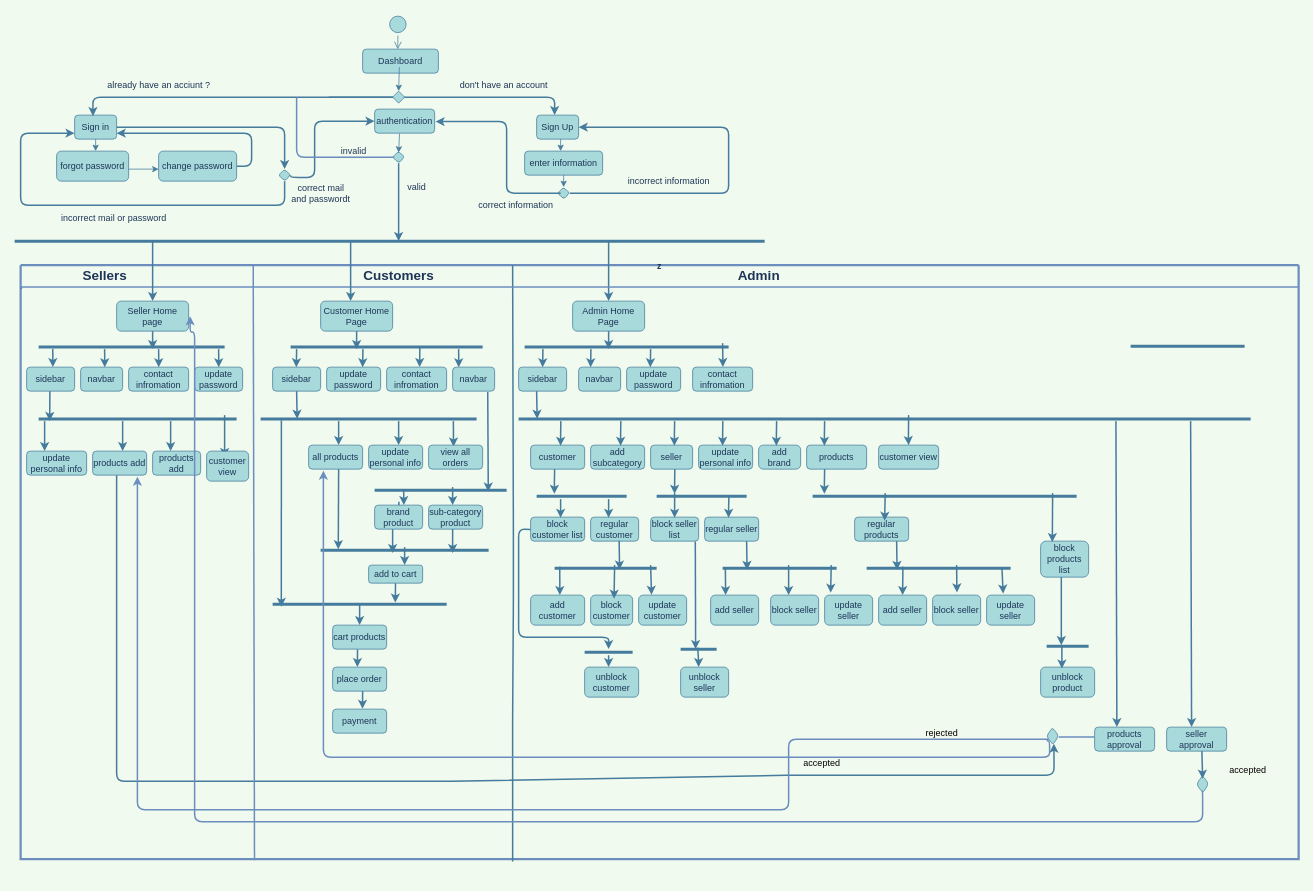
Before: Untitled Diagram.drawio in Nasrinjaha/Click-Collect, a draw.io diagram. Source tidied: cells renumbered, new cells numbered last; positions are measured from the earlier drawing's top-left corner, leaving out a move shared by most shapes. Both pictures are drawn from the tidied source at 75%, with x=0, y=0 at pixel (14, 13).
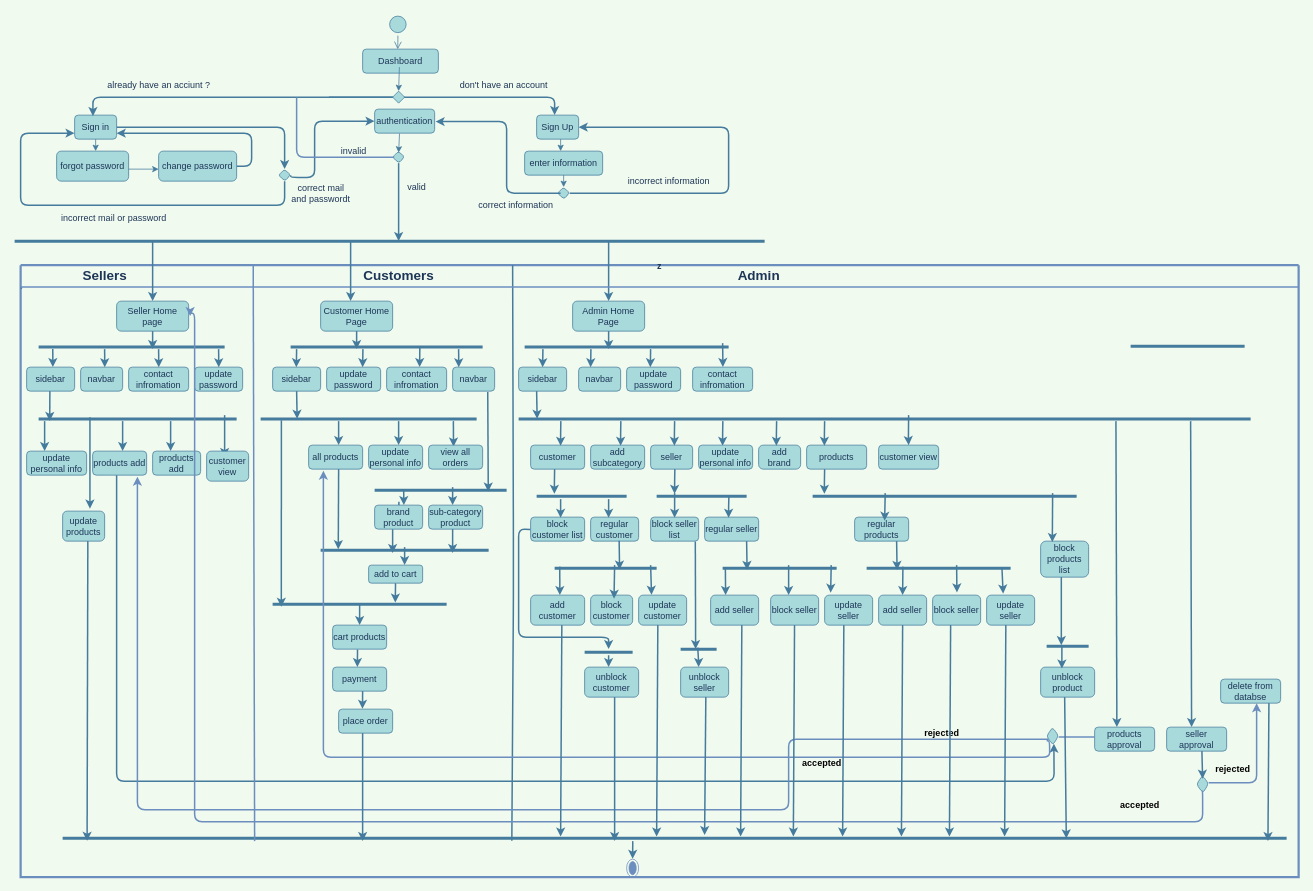
Above is the later version.

The change refers to these unchanged cells:
```xml
<mxCell id="45" style="line;strokeWidth=4;html=1;shadow=0;glass=0;labelBackgroundColor=none;labelBorderColor=none;fontFamily=Times New Roman;fontSize=18;fillColor=#A8DADC;strokeColor=#457B9D;fontColor=#1D3557;rounded=1;" parent="29" vertex="1">
  <mxGeometry x="24" y="200" width="264" height="10" as="geometry" />
</mxCell>
<mxCell id="143" value="block seller" style="whiteSpace=wrap;html=1;fillColor=#A8DADC;strokeColor=#457B9D;fontColor=#1D3557;rounded=1;" parent="29" vertex="1">
  <mxGeometry x="1000" y="440" width="64" height="40" as="geometry" />
</mxCell>
<mxCell id="151" value="unblock product" style="whiteSpace=wrap;html=1;fillColor=#A8DADC;strokeColor=#457B9D;fontColor=#1D3557;rounded=1;" parent="29" vertex="1">
  <mxGeometry x="1360" y="536" width="72" height="40" as="geometry" />
</mxCell>
<mxCell id="175" style="rhombus;whiteSpace=wrap;html=1;fillColor=#A8DADC;strokeColor=#457B9D;fontColor=#1D3557;rounded=1;arcSize=50;" parent="29" vertex="1">
  <mxGeometry x="1368" y="616" width="16" height="24" as="geometry" />
</mxCell>
<mxCell id="181" style="rhombus;whiteSpace=wrap;html=1;fillColor=#A8DADC;strokeColor=#457B9D;fontColor=#1D3557;rounded=1;arcSize=50;" parent="29" vertex="1">
  <mxGeometry x="1568" y="680" width="16" height="24" as="geometry" />
</mxCell>
```

What changed in the source:
```diff
@@
     <mxCell id="29" value="z" style="swimlane;startSize=0;strokeWidth=3;fillColor=#A8DADC;strokeColor=#6C8EBF;fontColor=#1D3557;rounded=1;" parent="1" vertex="1">
-      <mxGeometry x="8" y="336" width="1704" height="792" as="geometry" />
+      <mxGeometry x="8" y="336" width="1704" height="816" as="geometry" />
     </mxCell>
@@
-    <mxCell id="34" style="endArrow=none;html=1;strokeWidth=2;fontSize=19;labelBackgroundColor=#F1FAEE;strokeColor=#457B9D;fontColor=#1D3557;rounded=1;entryX=0.385;entryY=1.004;entryDx=0;entryDy=0;entryPerimeter=0;" parent="29" edge="1" target="29">
+    <mxCell id="34" style="endArrow=none;html=1;strokeWidth=2;fontSize=19;labelBackgroundColor=#F1FAEE;strokeColor=#457B9D;fontColor=#1D3557;rounded=1;entryX=0.367;entryY=0.95;entryDx=0;entryDy=0;entryPerimeter=0;" parent="29" edge="1" target="218">
       <mxGeometry relative="1" as="geometry">
         <mxPoint x="656" as="sourcePoint" />
         <Array as="points">
           <mxPoint x="657" y="348.4" />
           <mxPoint x="657" y="452.4" />
           <mxPoint x="656" y="604.4" />
         </Array>
       </mxGeometry>
     </mxCell>
@@
     <mxCell id="100" value="place order" style="whiteSpace=wrap;html=1;fillColor=#A8DADC;strokeColor=#457B9D;fontColor=#1D3557;rounded=1;" parent="29" vertex="1">
-      <mxGeometry x="416" y="536" width="72" height="32" as="geometry" />
+      <mxGeometry x="424" y="592" width="72" height="32" as="geometry" />
     </mxCell>
@@
     <mxCell id="102" value="payment" style="whiteSpace=wrap;html=1;fillColor=#A8DADC;strokeColor=#457B9D;fontColor=#1D3557;rounded=1;" parent="29" vertex="1">
-      <mxGeometry x="416" y="592" width="72" height="32" as="geometry" />
+      <mxGeometry x="416" y="536" width="72" height="32" as="geometry" />
     </mxCell>
@@
     <mxCell id="105" style="edgeStyle=none;jettySize=auto;html=1;strokeWidth=2;fontSize=19;labelBackgroundColor=#F1FAEE;strokeColor=#457B9D;fontColor=#1D3557;rounded=1;entryX=0.604;entryY=0.917;entryDx=0;entryDy=0;entryPerimeter=0;" parent="29" edge="1" target="175">
       <mxGeometry relative="1" as="geometry">
         <mxPoint x="128" y="280" as="sourcePoint" />
         <Array as="points">
           <mxPoint x="128" y="688" />
           <mxPoint x="584" y="688" />
-          <mxPoint x="1032" y="680" />
-          <mxPoint x="1378" y="680" />
+          <mxPoint x="1040" y="688" />
+          <mxPoint x="1378" y="688" />
         </Array>
       </mxGeometry>
     </mxCell>
@@
     <mxCell id="182" style="edgeStyle=segmentEdgeStyle;endArrow=classic;html=1;rounded=1;strokeColor=#6C8EBF;strokeWidth=2;exitX=0.437;exitY=0.889;exitDx=0;exitDy=0;exitPerimeter=0;" parent="29" edge="1" source="181">
       <mxGeometry relative="1" as="geometry">
         <mxPoint x="226" y="68" as="targetPoint" />
         <Array as="points">
           <mxPoint x="1576" y="701" />
           <mxPoint x="1576" y="742" />
           <mxPoint x="232" y="742" />
-          <mxPoint x="232" y="89" />
-          <mxPoint x="226" y="89" />
+          <mxPoint x="232" y="64" />
+          <mxPoint x="226" y="64" />
         </Array>
       </mxGeometry>
     </mxCell>
-    <mxCell id="183" value="accepted" style="text;html=1;align=center;verticalAlign=middle;strokeColor=none;fillColor=none;" parent="29" vertex="1">
+    <mxCell id="183" value="&lt;b&gt;accepted&lt;/b&gt;" style="text;html=1;align=center;verticalAlign=middle;strokeColor=none;fillColor=none;" parent="29" vertex="1">
       <mxGeometry x="1032" y="648" width="72" height="32" as="geometry" />
     </mxCell>
-    <mxCell id="184" value="rejected" style="text;html=1;align=center;verticalAlign=middle;strokeColor=none;fillColor=none;" parent="29" vertex="1">
+    <mxCell id="184" value="&lt;b&gt;rejected&lt;/b&gt;" style="text;html=1;align=center;verticalAlign=middle;strokeColor=none;fillColor=none;" parent="29" vertex="1">
       <mxGeometry x="1196" y="608" width="64" height="32" as="geometry" />
     </mxCell>
+    <mxCell id="212" style="edgeStyle=none;jettySize=auto;html=1;strokeWidth=2;fontSize=19;labelBackgroundColor=#F1FAEE;strokeColor=#457B9D;fontColor=#1D3557;rounded=1;entryX=0.65;entryY=-0.083;entryDx=0;entryDy=0;entryPerimeter=0;exitX=0.259;exitY=0.28;exitDx=0;exitDy=0;exitPerimeter=0;" parent="29" edge="1" source="45" target="213">
+      <mxGeometry relative="1" as="geometry" />
+    </mxCell>
+    <mxCell id="213" value="update products" style="whiteSpace=wrap;html=1;fillColor=#A8DADC;strokeColor=#457B9D;fontColor=#1D3557;rounded=1;" parent="29" vertex="1">
+      <mxGeometry x="56" y="328" width="56" height="40" as="geometry" />
+    </mxCell>
+    <mxCell id="211" value="&lt;b&gt;accepted&lt;/b&gt;" style="text;html=1;align=center;verticalAlign=middle;strokeColor=none;fillColor=none;" parent="29" vertex="1">
+      <mxGeometry x="1456" y="704" width="72" height="32" as="geometry" />
+    </mxCell>
+    <mxCell id="214" value="delete from databse" style="whiteSpace=wrap;html=1;fillColor=#A8DADC;strokeColor=#457B9D;fontColor=#1D3557;rounded=1;" parent="29" vertex="1">
+      <mxGeometry x="1600" y="552" width="80" height="32" as="geometry" />
+    </mxCell>
+    <mxCell id="215" value="&lt;b&gt;rejected&lt;/b&gt;" style="text;html=1;align=center;verticalAlign=middle;strokeColor=none;fillColor=none;" parent="29" vertex="1">
+      <mxGeometry x="1584" y="656" width="64" height="32" as="geometry" />
+    </mxCell>
+    <mxCell id="216" style="endArrow=classic;html=1;rounded=1;strokeColor=#6C8EBF;strokeWidth=2;" parent="29" edge="1">
+      <mxGeometry relative="1" as="geometry">
+        <mxPoint x="1584" y="690" as="sourcePoint" />
+        <mxPoint x="1648" y="584" as="targetPoint" />
+        <Array as="points">
+          <mxPoint x="1648" y="690" />
+        </Array>
+      </mxGeometry>
+    </mxCell>
+    <mxCell id="217" style="edgeStyle=none;orthogonalLoop=1;jettySize=auto;html=1;strokeWidth=2;fontSize=19;labelBackgroundColor=#F1FAEE;strokeColor=#457B9D;fontColor=#1D3557;rounded=1;exitX=0.252;exitY=0.25;exitDx=0;exitDy=0;exitPerimeter=0;" parent="29" edge="1">
+      <mxGeometry relative="1" as="geometry">
+        <mxPoint x="1664.4" y="584" as="sourcePoint" />
+        <mxPoint x="1663.1" y="768" as="targetPoint" />
+      </mxGeometry>
+    </mxCell>
+    <mxCell id="218" style="line;strokeWidth=4;html=1;shadow=0;glass=0;labelBackgroundColor=none;labelBorderColor=none;fontFamily=Times New Roman;fontSize=18;fillColor=#A8DADC;strokeColor=#457B9D;fontColor=#1D3557;rounded=1;" parent="29" vertex="1">
+      <mxGeometry x="56" y="760" width="1632" height="8" as="geometry" />
+    </mxCell>
+    <mxCell id="219" style="edgeStyle=none;jettySize=auto;html=1;strokeWidth=2;fontSize=19;labelBackgroundColor=#F1FAEE;strokeColor=#457B9D;fontColor=#1D3557;rounded=1;entryX=0.82;entryY=0.55;entryDx=0;entryDy=0;entryPerimeter=0;exitX=0.445;exitY=1;exitDx=0;exitDy=0;exitPerimeter=0;" parent="29" edge="1" source="151" target="218">
+      <mxGeometry relative="1" as="geometry" />
+    </mxCell>
+    <mxCell id="220" style="edgeStyle=none;jettySize=auto;html=1;strokeWidth=2;fontSize=19;labelBackgroundColor=#F1FAEE;strokeColor=#457B9D;fontColor=#1D3557;rounded=1;entryX=0.597;entryY=0.25;entryDx=0;entryDy=0;entryPerimeter=0;" parent="29" edge="1" source="143" target="218">
+      <mxGeometry relative="1" as="geometry" />
+    </mxCell>
+    <mxCell id="221" style="edgeStyle=none;orthogonalLoop=1;jettySize=auto;html=1;strokeWidth=2;fontSize=19;labelBackgroundColor=#F1FAEE;strokeColor=#457B9D;fontColor=#1D3557;rounded=1;entryX=0.597;entryY=0.25;entryDx=0;entryDy=0;entryPerimeter=0;" parent="29" edge="1">
+      <mxGeometry relative="1" as="geometry">
+        <mxPoint x="1097.6" y="480" as="sourcePoint" />
+        <mxPoint x="1096" y="762" as="targetPoint" />
+      </mxGeometry>
+    </mxCell>
+    <mxCell id="222" style="edgeStyle=none;orthogonalLoop=1;jettySize=auto;html=1;strokeWidth=2;fontSize=19;labelBackgroundColor=#F1FAEE;strokeColor=#457B9D;fontColor=#1D3557;rounded=1;entryX=0.597;entryY=0.25;entryDx=0;entryDy=0;entryPerimeter=0;" parent="29" edge="1">
+      <mxGeometry relative="1" as="geometry">
+        <mxPoint x="1176" y="480" as="sourcePoint" />
+        <mxPoint x="1174.4" y="762" as="targetPoint" />
+      </mxGeometry>
+    </mxCell>
+    <mxCell id="223" style="edgeStyle=none;orthogonalLoop=1;jettySize=auto;html=1;strokeWidth=2;fontSize=19;labelBackgroundColor=#F1FAEE;strokeColor=#457B9D;fontColor=#1D3557;rounded=1;entryX=0.597;entryY=0.25;entryDx=0;entryDy=0;entryPerimeter=0;" parent="29" edge="1">
+      <mxGeometry relative="1" as="geometry">
+        <mxPoint x="1240" y="480" as="sourcePoint" />
+        <mxPoint x="1238.4" y="762" as="targetPoint" />
+      </mxGeometry>
+    </mxCell>
+    <mxCell id="224" style="edgeStyle=none;orthogonalLoop=1;jettySize=auto;html=1;strokeWidth=2;fontSize=19;labelBackgroundColor=#F1FAEE;strokeColor=#457B9D;fontColor=#1D3557;rounded=1;entryX=0.597;entryY=0.25;entryDx=0;entryDy=0;entryPerimeter=0;" parent="29" edge="1">
+      <mxGeometry relative="1" as="geometry">
+        <mxPoint x="1313.6" y="480" as="sourcePoint" />
+        <mxPoint x="1312" y="762" as="targetPoint" />
+      </mxGeometry>
+    </mxCell>
+    <mxCell id="225" style="edgeStyle=none;orthogonalLoop=1;jettySize=auto;html=1;strokeWidth=2;fontSize=19;labelBackgroundColor=#F1FAEE;strokeColor=#457B9D;fontColor=#1D3557;rounded=1;entryX=0.597;entryY=0.25;entryDx=0;entryDy=0;entryPerimeter=0;" parent="29" edge="1">
+      <mxGeometry relative="1" as="geometry">
+        <mxPoint x="961.6" y="480" as="sourcePoint" />
+        <mxPoint x="960" y="762" as="targetPoint" />
+      </mxGeometry>
+    </mxCell>
+    <mxCell id="226" style="edgeStyle=none;orthogonalLoop=1;jettySize=auto;html=1;strokeWidth=2;fontSize=19;labelBackgroundColor=#F1FAEE;strokeColor=#457B9D;fontColor=#1D3557;rounded=1;entryX=0.597;entryY=0.25;entryDx=0;entryDy=0;entryPerimeter=0;" parent="29" edge="1">
+      <mxGeometry relative="1" as="geometry">
+        <mxPoint x="849.6" y="480" as="sourcePoint" />
+        <mxPoint x="848" y="762" as="targetPoint" />
+      </mxGeometry>
+    </mxCell>
+    <mxCell id="227" style="edgeStyle=none;orthogonalLoop=1;jettySize=auto;html=1;strokeWidth=2;fontSize=19;labelBackgroundColor=#F1FAEE;strokeColor=#457B9D;fontColor=#1D3557;rounded=1;entryX=0.597;entryY=0.25;entryDx=0;entryDy=0;entryPerimeter=0;" parent="29" edge="1">
+      <mxGeometry relative="1" as="geometry">
+        <mxPoint x="721.6" y="480" as="sourcePoint" />
+        <mxPoint x="720" y="762" as="targetPoint" />
+      </mxGeometry>
+    </mxCell>
+    <mxCell id="228" style="edgeStyle=none;orthogonalLoop=1;jettySize=auto;html=1;strokeWidth=2;fontSize=19;labelBackgroundColor=#F1FAEE;strokeColor=#457B9D;fontColor=#1D3557;rounded=1;" parent="29" edge="1">
+      <mxGeometry relative="1" as="geometry">
+        <mxPoint x="792" y="576" as="sourcePoint" />
+        <mxPoint x="792" y="768" as="targetPoint" />
+      </mxGeometry>
+    </mxCell>
+    <mxCell id="229" style="edgeStyle=none;orthogonalLoop=1;jettySize=auto;html=1;strokeWidth=2;fontSize=19;labelBackgroundColor=#F1FAEE;strokeColor=#457B9D;fontColor=#1D3557;rounded=1;" parent="29" edge="1">
+      <mxGeometry relative="1" as="geometry">
+        <mxPoint x="913.6" y="576" as="sourcePoint" />
+        <mxPoint x="912" y="760" as="targetPoint" />
+      </mxGeometry>
+    </mxCell>
+    <mxCell id="230" style="edgeStyle=none;jettySize=auto;html=1;strokeWidth=2;fontSize=19;labelBackgroundColor=#F1FAEE;strokeColor=#457B9D;fontColor=#1D3557;rounded=1;entryX=0.02;entryY=0.95;entryDx=0;entryDy=0;entryPerimeter=0;" parent="29" edge="1" target="218">
+      <mxGeometry relative="1" as="geometry">
+        <mxPoint x="89.6" y="368" as="sourcePoint" />
+      </mxGeometry>
+    </mxCell>
+    <mxCell id="231" style="edgeStyle=none;orthogonalLoop=1;jettySize=auto;html=1;strokeWidth=2;fontSize=19;labelBackgroundColor=#F1FAEE;strokeColor=#457B9D;fontColor=#1D3557;rounded=1;" parent="29" edge="1">
+      <mxGeometry relative="1" as="geometry">
+        <mxPoint x="456" y="624" as="sourcePoint" />
+        <mxPoint x="456" y="768" as="targetPoint" />
+      </mxGeometry>
+    </mxCell>
+    <mxCell id="232" style="ellipse;html=1;shape=endState;fillColor=#6C8EBF;strokeColor=#6C8EBF;" parent="29" vertex="1">
+      <mxGeometry x="808" y="792" width="16" height="24" as="geometry" />
+    </mxCell>
+    <mxCell id="233" style="edgeStyle=none;orthogonalLoop=1;jettySize=auto;html=1;strokeWidth=2;fontSize=19;labelBackgroundColor=#F1FAEE;strokeColor=#457B9D;fontColor=#1D3557;rounded=1;startArrow=none;exitX=0.461;exitY=1.013;exitDx=0;exitDy=0;exitPerimeter=0;" parent="29" edge="1">
+      <mxGeometry relative="1" as="geometry">
+        <mxPoint x="816.2" y="768" as="sourcePoint" />
+        <mxPoint x="816" y="791.6" as="targetPoint" />
+      </mxGeometry>
+    </mxCell>
@@
-    <mxCell id="207" style="endArrow=none;html=1;rounded=1;strokeColor=#6C8EBF;strokeWidth=2;entryX=0.183;entryY=1.002;entryDx=0;entryDy=0;entryPerimeter=0;exitX=0.182;exitY=-0.001;exitDx=0;exitDy=0;exitPerimeter=0;" parent="1" edge="1" source="29" target="29">
-      <mxGeometry relative="1" as="geometry" />
+    <mxCell id="207" style="endArrow=none;html=1;rounded=1;strokeColor=#6C8EBF;strokeWidth=2;exitX=0.182;exitY=-0.001;exitDx=0;exitDy=0;exitPerimeter=0;" parent="1" edge="1" source="29">
+      <mxGeometry relative="1" as="geometry">
+        <mxPoint x="320" y="1104" as="targetPoint" />
+      </mxGeometry>
     </mxCell>
@@
-    <mxCell id="211" value="accepted" style="text;html=1;align=center;verticalAlign=middle;strokeColor=none;fillColor=none;" parent="1" vertex="1">
-      <mxGeometry x="1608" y="994" width="72" height="32" as="geometry" />
-    </mxCell>
```
